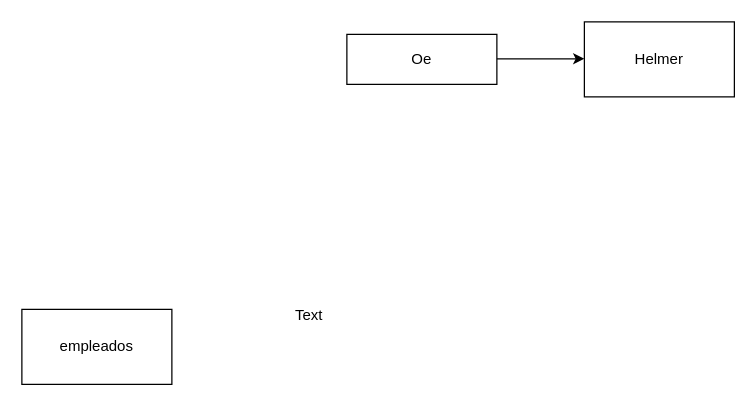
Earlier version of the draw.io diagram Modelo de Dominio.drawio (EstebanGitPro/HeeS). Source tidied: cells renumbered, new cells numbered last; positions are measured from the earlier drawing's top-left corner, leaving out a move shared by most shapes. Both pictures are drawn from the tidied source at 125%, with x=0, y=0 at pixel (21, 21).
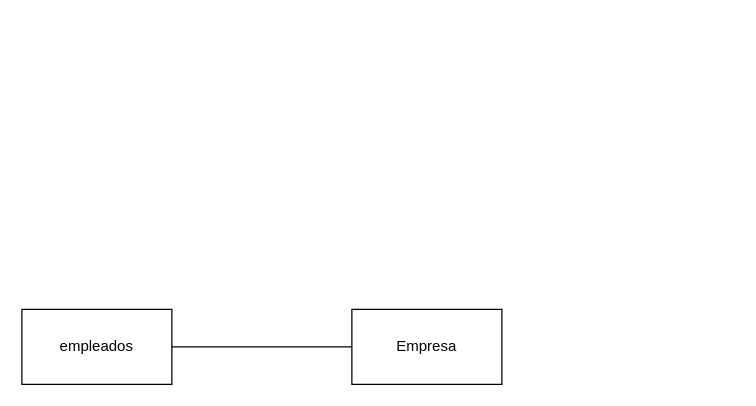
After the change.

Diff of the diagram source:
```diff
@@
 <mxGraphModel>
   <root>
     <mxCell id="0" />
     <mxCell id="1" parent="0" />
     <mxCell id="2" value="empleados" style="rounded=0;whiteSpace=wrap;html=1;" parent="1" vertex="1">
       <mxGeometry y="230" width="120" height="60" as="geometry" />
     </mxCell>
-    <mxCell id="3" value="Oe" style="rounded=0;whiteSpace=wrap;html=1;" parent="1" vertex="1">
-      <mxGeometry x="260" y="10" width="120" height="40" as="geometry" />
-    </mxCell>
-    <mxCell id="4" value="Text" style="text;html=1;strokeColor=none;fillColor=none;align=center;verticalAlign=middle;whiteSpace=wrap;rounded=0;" parent="1" vertex="1">
-      <mxGeometry x="200" y="220" width="60" height="30" as="geometry" />
-    </mxCell>
-    <mxCell id="5" style="endArrow=classic;html=1;rounded=0;" parent="1" edge="1">
-      <mxGeometry relative="1" as="geometry">
-        <mxPoint x="380" y="29.5" as="sourcePoint" />
-        <mxPoint x="450" y="29.5" as="targetPoint" />
-      </mxGeometry>
-    </mxCell>
-    <mxCell id="6" value="Helmer" style="rounded=0;whiteSpace=wrap;html=1;" parent="1" vertex="1">
-      <mxGeometry x="450" width="120" height="60" as="geometry" />
+    <mxCell id="6" value="Empresa" style="rounded=0;whiteSpace=wrap;html=1;" parent="1" vertex="1">
+      <mxGeometry x="264" y="230" width="120" height="60" as="geometry" />
     </mxCell>
+    <mxCell id="7" style="endArrow=none;html=1;rounded=0;entryX=0;entryY=0.5;entryDx=0;entryDy=0;" parent="1" edge="1" target="6">
+      <mxGeometry relative="1" as="geometry">
+        <mxPoint x="120" y="260" as="sourcePoint" />
+      </mxGeometry>
+    </mxCell>
   </root>
 </mxGraphModel>
```
